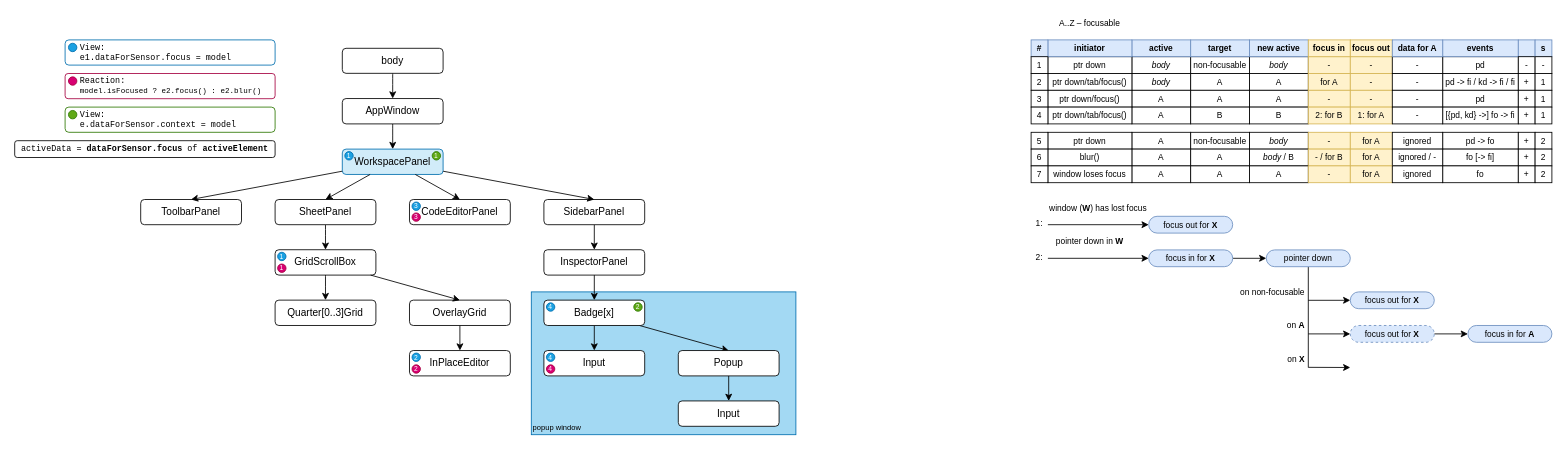
Before: page "Focus" (2 of 2) of docs/sensors.drawio in nezaboodka/verstak, a draw.io diagram. Source tidied: cells renumbered, new cells numbered last; positions are measured from the earlier drawing's top-left corner, leaving out a move shared by most shapes. Both pictures are drawn from the tidied source at 84%, with x=0, y=0 at pixel (14, 14).
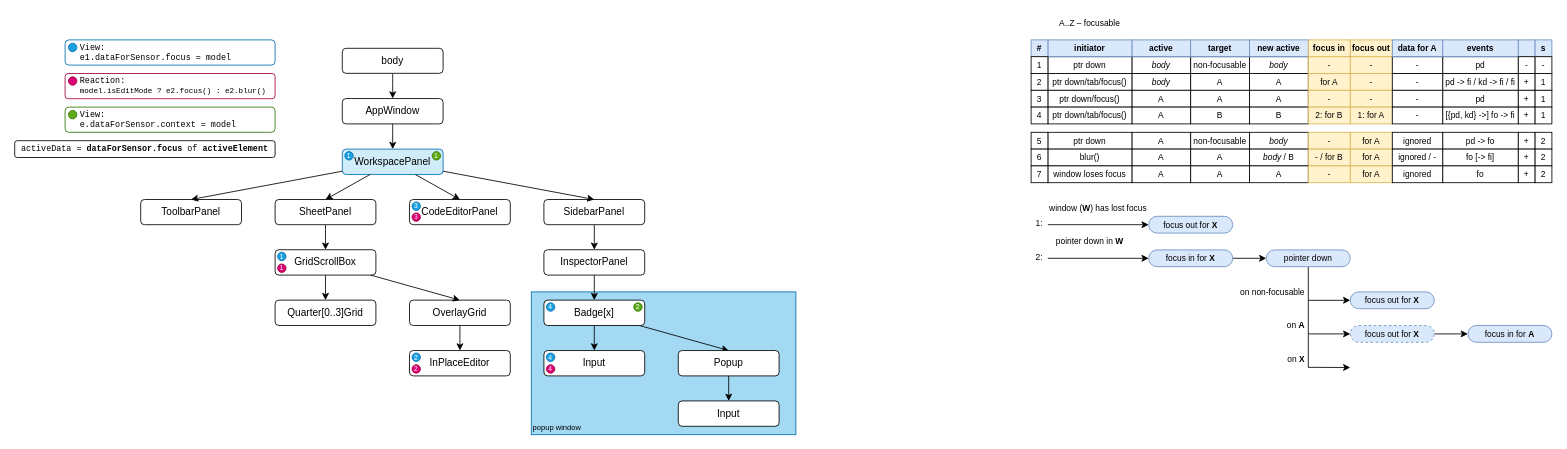
After the change.

Commit message (it also covers changes not shown here):
Renaming: isFocused -> isEditMode

The edit, as a diff of the source:
```diff
@@
-    <mxCell id="27" value="Reaction:&lt;br&gt;&lt;span style=&quot;font-size: 9px&quot;&gt;model.isFocused ?&amp;nbsp;&lt;/span&gt;&lt;span style=&quot;font-size: 9px&quot;&gt;e2.focus() :&amp;nbsp;&lt;/span&gt;&lt;span style=&quot;font-size: 9px&quot;&gt;e2.blur()&lt;/span&gt;" style="rounded=1;whiteSpace=wrap;html=1;fontFamily=Courier New;fontSize=10;fillColor=none;strokeColor=#A50040;align=left;spacingLeft=16;fontColor=#000000;verticalAlign=middle;arcSize=12;absoluteArcSize=0;" parent="1" vertex="1">
+    <mxCell id="27" value="Reaction:&lt;br&gt;&lt;span style=&quot;font-size: 9px&quot;&gt;model.isEditMode ?&amp;nbsp;&lt;/span&gt;&lt;span style=&quot;font-size: 9px&quot;&gt;e2.focus() :&amp;nbsp;&lt;/span&gt;&lt;span style=&quot;font-size: 9px&quot;&gt;e2.blur()&lt;/span&gt;" style="rounded=1;whiteSpace=wrap;html=1;fontFamily=Courier New;fontSize=10;fillColor=none;strokeColor=#A50040;align=left;spacingLeft=16;fontColor=#000000;verticalAlign=middle;arcSize=12;absoluteArcSize=0;" parent="1" vertex="1">
       <mxGeometry x="60" y="70" width="250" height="30" as="geometry" />
     </mxCell>
```
